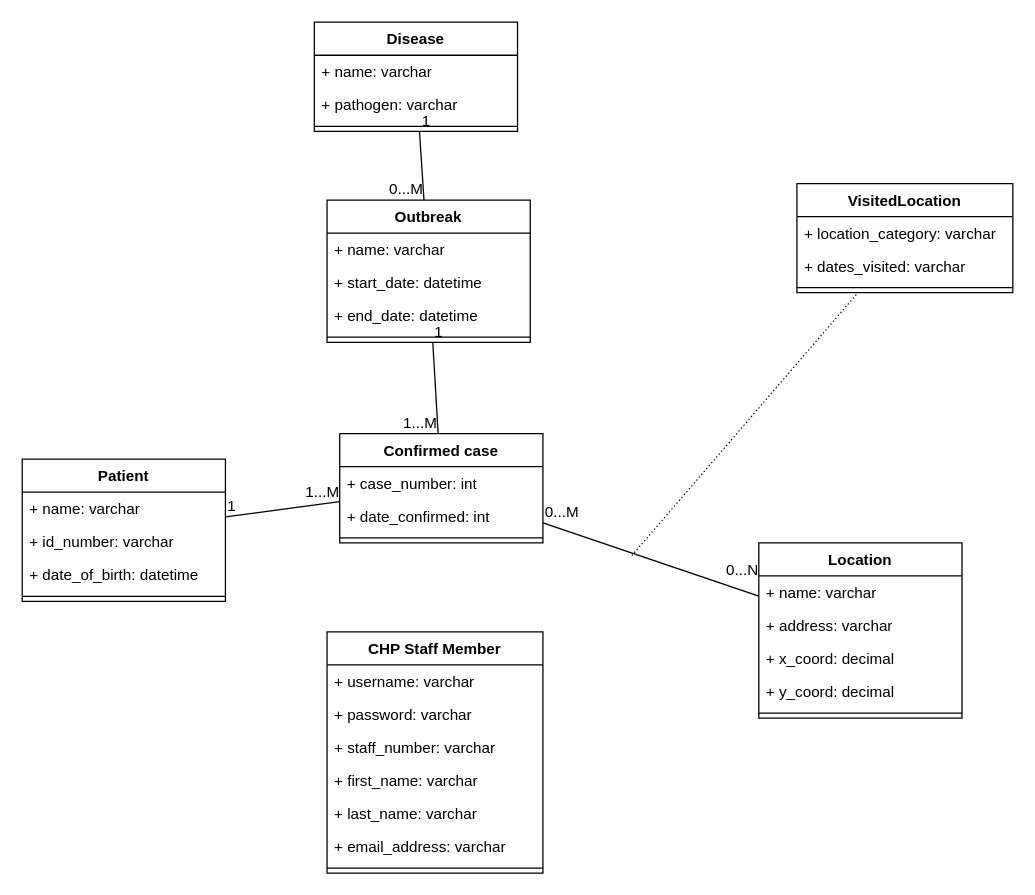
The draw.io diagram exercise1.drawio in lyulka/comp3297, before the edit. Source tidied: cells renumbered, new cells numbered last; positions are measured from the earlier drawing's top-left corner, leaving out a move shared by most shapes. Both pictures are drawn from the tidied source at 127%, with x=0, y=0 at pixel (22, 22).
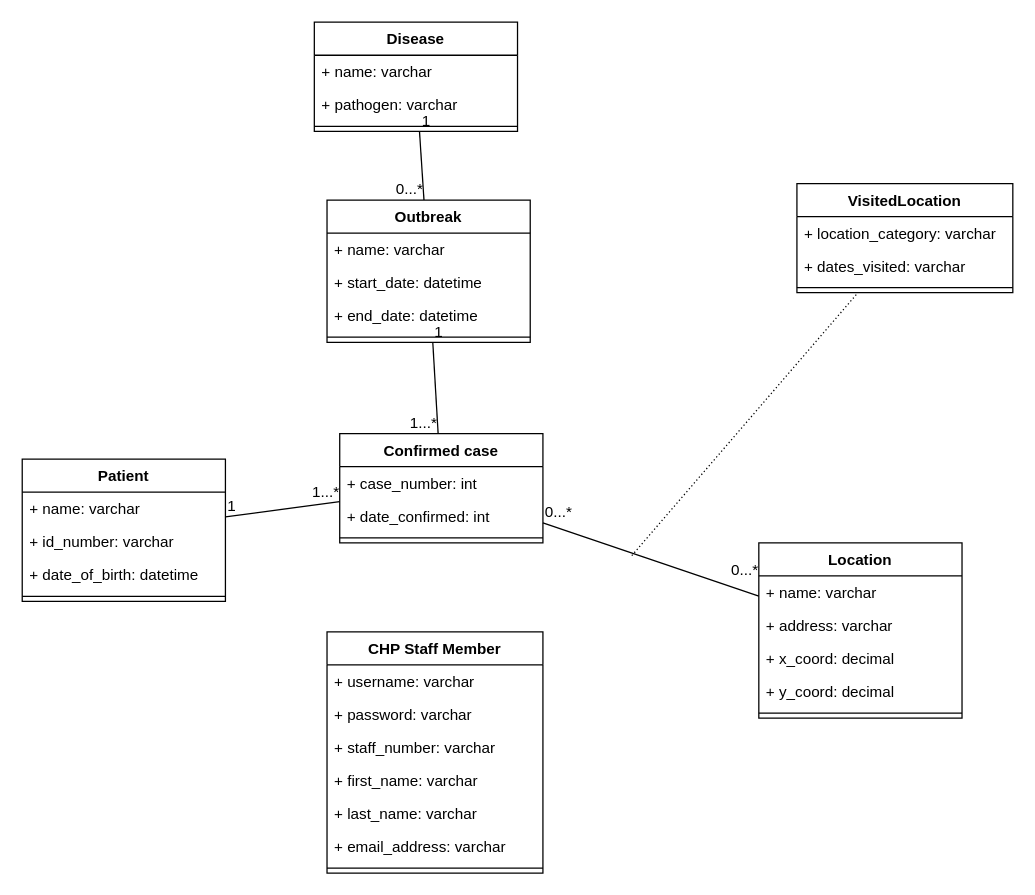
After the change.

The change refers to these unchanged cells:
```xml
<mxCell id="19" style="endArrow=none;html=1;rounded=0;" parent="1" edge="1" source="2" target="15">
  <mxGeometry relative="1" as="geometry" />
</mxCell>
<mxCell id="26" style="endArrow=none;html=1;rounded=0;" parent="1" edge="1" source="22" target="2">
  <mxGeometry relative="1" as="geometry" />
</mxCell>
<mxCell id="34" style="endArrow=none;html=1;rounded=0;" parent="1" edge="1" source="29" target="15">
  <mxGeometry relative="1" as="geometry" />
</mxCell>
<mxCell id="43" style="endArrow=none;html=1;rounded=0;strokeColor=#000000;" parent="1" edge="1" source="15" target="37">
  <mxGeometry relative="1" as="geometry" />
</mxCell>
```

What changed in the source:
```diff
@@
-    <mxCell id="21" value="1...M" style="html=1;align=right;verticalAlign=bottom;" parent="19" vertex="1">
+    <mxCell id="21" value="1...*" style="html=1;align=right;verticalAlign=bottom;" parent="19" vertex="1">
       <mxGeometry x="1" relative="1" as="geometry" />
     </mxCell>
@@
-    <mxCell id="28" value="0...M" style="html=1;align=right;verticalAlign=bottom;" parent="26" vertex="1">
+    <mxCell id="28" value="0...*" style="html=1;align=right;verticalAlign=bottom;" parent="26" vertex="1">
       <mxGeometry x="1" relative="1" as="geometry" />
     </mxCell>
@@
-    <mxCell id="36" value="1...M" style="html=1;align=right;verticalAlign=bottom;" parent="34" vertex="1">
+    <mxCell id="36" value="1...*" style="html=1;align=right;verticalAlign=bottom;" parent="34" vertex="1">
       <mxGeometry x="1" relative="1" as="geometry" />
     </mxCell>
@@
-    <mxCell id="44" value="0...M" style="html=1;align=left;verticalAlign=bottom;" parent="43" vertex="1">
+    <mxCell id="44" value="0...*" style="html=1;align=left;verticalAlign=bottom;" parent="43" vertex="1">
       <mxGeometry x="-1" relative="1" as="geometry" />
     </mxCell>
-    <mxCell id="45" value="0...N" style="html=1;align=right;verticalAlign=bottom;" parent="43" vertex="1">
+    <mxCell id="45" value="0...*" style="html=1;align=right;verticalAlign=bottom;" parent="43" vertex="1">
       <mxGeometry x="1" relative="1" as="geometry">
         <mxPoint y="-11.8" as="offset" />
       </mxGeometry>
     </mxCell>
```
